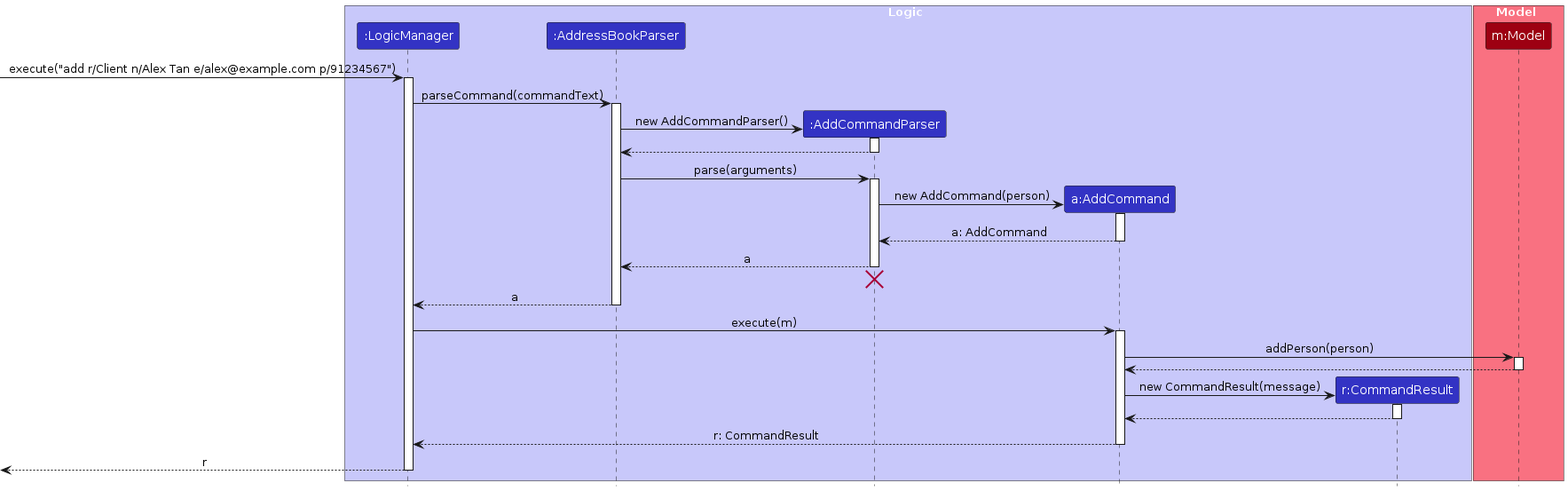
Above: diagrams/AddSequenceDiagram.png in AY2627S1-CS2103T-F14a-4/tp (PlantUML), before the change. Its source is kept beside it as diagrams/AddSequenceDiagram.puml.
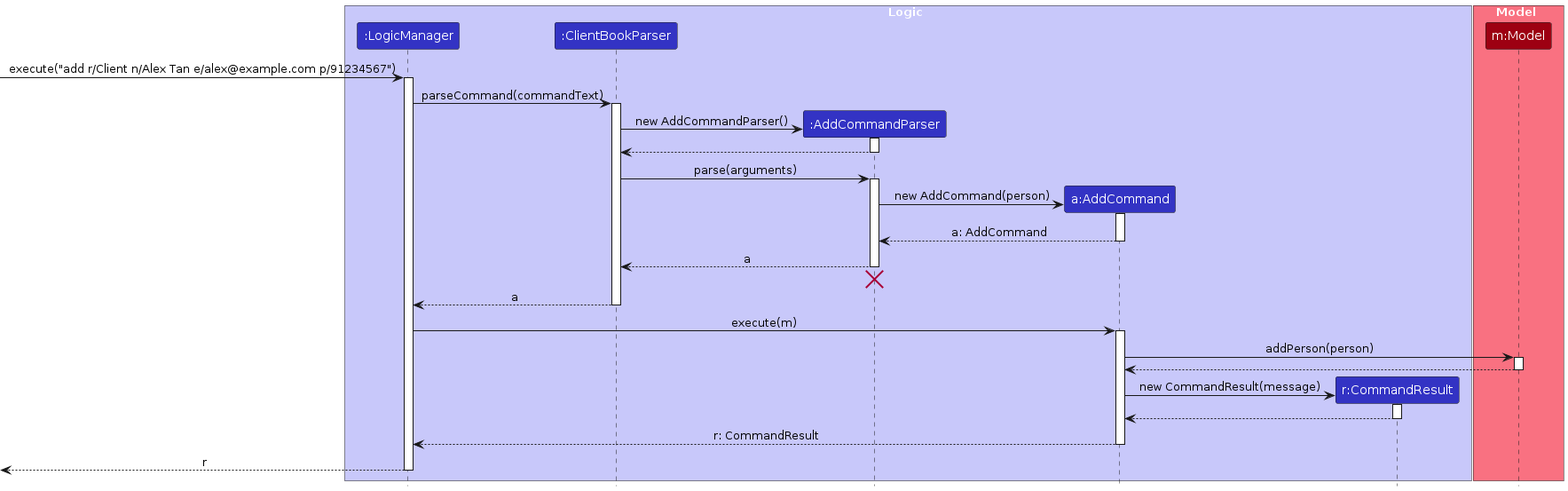
Above is the later version.

The edit, as a diff of the source:
```diff
@@ -4,7 +4,7 @@
 
 box Logic LOGIC_COLOR_T1
 participant ":LogicManager" as LogicManager LOGIC_COLOR
-participant ":AddressBookParser" as AddressBookParser LOGIC_COLOR
+participant ":ClientBookParser" as ClientBookParser LOGIC_COLOR
 participant ":AddCommandParser" as AddCommandParser LOGIC_COLOR
 participant "a:AddCommand" as AddCommand LOGIC_COLOR
 participant "r:CommandResult" as CommandResult LOGIC_COLOR
@@ -17,17 +17,17 @@
 [-> LogicManager : execute("add r/Client n/Alex Tan e/alex@example.com p/91234567")
 activate LogicManager
 
-LogicManager -> AddressBookParser : parseCommand(commandText)
-activate AddressBookParser
+LogicManager -> ClientBookParser : parseCommand(commandText)
+activate ClientBookParser
 
 create AddCommandParser
-AddressBookParser -> AddCommandParser : new AddCommandParser()
+ClientBookParser -> AddCommandParser : new AddCommandParser()
 activate AddCommandParser
 
-AddCommandParser --> AddressBookParser
+AddCommandParser --> ClientBookParser
 deactivate AddCommandParser
 
-AddressBookParser -> AddCommandParser : parse(arguments)
+ClientBookParser -> AddCommandParser : parse(arguments)
 activate AddCommandParser
 
 create AddCommand
@@ -37,13 +37,13 @@
 AddCommand --> AddCommandParser : a: AddCommand
 deactivate AddCommand
 
-AddCommandParser --> AddressBookParser : a
+AddCommandParser --> ClientBookParser : a
 deactivate AddCommandParser
-AddCommandParser -[hidden]-> AddressBookParser
+AddCommandParser -[hidden]-> ClientBookParser
 destroy AddCommandParser
 
-AddressBookParser --> LogicManager : a
-deactivate AddressBookParser
+ClientBookParser --> LogicManager : a
+deactivate ClientBookParser
 
 LogicManager -> AddCommand : execute(m)
 activate AddCommand
```
